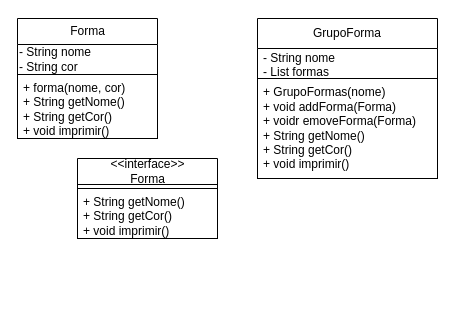
Before: padroesProjetosSistemas/composite/DiagramaComposite.drawio in AugustoTSantos/Bertoti, a draw.io diagram. Source tidied: cells renumbered, new cells numbered last; positions are measured from the earlier drawing's top-left corner, leaving out a move shared by most shapes. Both pictures are drawn from the tidied source at 100%, with x=0, y=0 at pixel (17, 18).
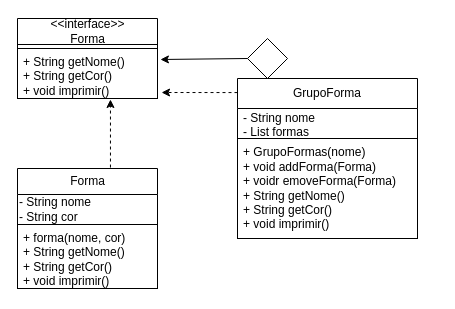
After the change.

The edit, as a diff of the source:
```diff
@@
 <mxGraphModel>
   <root>
     <mxCell id="0" />
     <mxCell id="1" parent="0" />
     <mxCell id="2" value="Forma" style="swimlane;fontStyle=0;horizontal=1;startSize=26;fillColor=none;html=1;" parent="1" vertex="1">
-      <mxGeometry width="140" height="120" as="geometry" />
+      <mxGeometry y="150" width="140" height="120" as="geometry" />
     </mxCell>
     <mxCell id="3" value="&lt;span style=&quot;&quot;&gt;- String nome&lt;/span&gt;&lt;br style=&quot;&quot;&gt;&lt;div style=&quot;&quot;&gt;&lt;span style=&quot;background-color: initial;&quot;&gt;- String cor&lt;/span&gt;&lt;/div&gt;" style="text;html=1;strokeColor=none;fillColor=none;align=left;verticalAlign=middle;whiteSpace=wrap;rounded=0;" parent="2" vertex="1">
       <mxGeometry y="26" width="140" height="30" as="geometry" />
     </mxCell>
     <mxCell id="4" value="+ forma(nome, cor)&lt;br&gt;+ String getNome()&lt;br&gt;+ String getCor()&lt;br&gt;+ void imprimir()" style="text;strokeColor=default;fillColor=none;align=left;verticalAlign=top;spacingLeft=4;spacingRight=4;overflow=hidden;whiteSpace=wrap;html=1;" parent="2" vertex="1">
       <mxGeometry y="56" width="140" height="64" as="geometry" />
     </mxCell>
     <mxCell id="5" value="GrupoForma" style="swimlane;fontStyle=0;horizontal=1;startSize=30;whiteSpace=wrap;html=1;strokeColor=default;" parent="1" vertex="1">
-      <mxGeometry x="240" width="180" height="160" as="geometry" />
+      <mxGeometry x="220" y="60" width="180" height="160" as="geometry" />
     </mxCell>
     <mxCell id="6" value="- String nome&lt;br&gt;- List formas" style="text;strokeColor=none;fillColor=none;align=left;verticalAlign=middle;spacingLeft=4;spacingRight=4;overflow=hidden;whiteSpace=wrap;html=1;" parent="5" vertex="1">
       <mxGeometry y="30" width="180" height="30" as="geometry" />
     </mxCell>
     <mxCell id="7" value="+ GrupoFormas(nome)&lt;br&gt;+ void addForma(Forma)&lt;br&gt;+ voidr emoveForma(Forma)&lt;br&gt;+ String getNome()&lt;br&gt;+ String getCor()&lt;br&gt;+ void imprimir()" style="text;strokeColor=default;fillColor=none;align=left;verticalAlign=middle;spacingLeft=4;spacingRight=4;overflow=hidden;whiteSpace=wrap;html=1;" parent="5" vertex="1">
       <mxGeometry y="60" width="180" height="100" as="geometry" />
     </mxCell>
     <mxCell id="8" value="&amp;lt;&amp;lt;interface&amp;gt;&amp;gt;&lt;br&gt;Forma" style="swimlane;fontStyle=0;horizontal=1;startSize=26;fillColor=none;html=1;" parent="1" vertex="1">
-      <mxGeometry x="60" y="140" width="140" height="80" as="geometry" />
+      <mxGeometry width="140" height="80" as="geometry" />
     </mxCell>
     <mxCell id="9" style="text;html=1;strokeColor=default;fillColor=none;align=center;verticalAlign=middle;whiteSpace=wrap;rounded=0;" parent="8" vertex="1">
       <mxGeometry y="26" width="140" height="4" as="geometry" />
     </mxCell>
     <mxCell id="10" value="+ String getNome()&lt;br&gt;+ String getCor()&lt;br&gt;+ void imprimir()" style="text;strokeColor=default;fillColor=none;align=left;verticalAlign=top;spacingLeft=4;spacingRight=4;overflow=hidden;points=[[0,0.5],[1,0.5]];portConstraint=eastwest;whiteSpace=wrap;html=1;" parent="8" vertex="1">
       <mxGeometry y="30" width="140" height="50" as="geometry" />
     </mxCell>
+    <mxCell id="11" style="rhombus;whiteSpace=wrap;html=1;" parent="1" vertex="1">
+      <mxGeometry x="230" y="20" width="40" height="40" as="geometry" />
+    </mxCell>
+    <mxCell id="12" style="endArrow=classic;html=1;exitX=0;exitY=0.5;exitDx=0;exitDy=0;entryX=1.021;entryY=0.22;entryDx=0;entryDy=0;entryPerimeter=0;" parent="1" edge="1" source="11" target="10">
+      <mxGeometry relative="1" as="geometry" />
+    </mxCell>
+    <mxCell id="13" style="endArrow=classic;html=1;entryX=0.664;entryY=1.02;entryDx=0;entryDy=0;entryPerimeter=0;dashed=1;exitX=0.664;exitY=-0.008;exitDx=0;exitDy=0;exitPerimeter=0;" parent="1" edge="1" source="2" target="10">
+      <mxGeometry relative="1" as="geometry" />
+    </mxCell>
+    <mxCell id="14" style="endArrow=classic;html=1;dashed=1;entryX=1.029;entryY=0.88;entryDx=0;entryDy=0;entryPerimeter=0;exitX=0;exitY=0.088;exitDx=0;exitDy=0;exitPerimeter=0;" parent="1" edge="1" source="5" target="10">
+      <mxGeometry relative="1" as="geometry" />
+    </mxCell>
   </root>
 </mxGraphModel>
```
